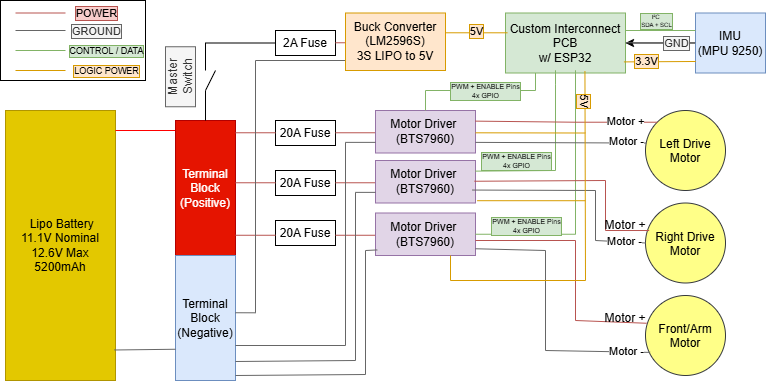
kylevansant/ShotBot-Autonomous-Delivery-Robot-Stanford-Moonshot-Club keeps this draw.io diagram as electrical/Diagrams/ShotBotElectricalArchitecture.png. Above is the earlier version. Source tidied: cells renumbered, new cells last; positions are measured from the earlier drawing's top-left corner, leaving out a move shared by most shapes.
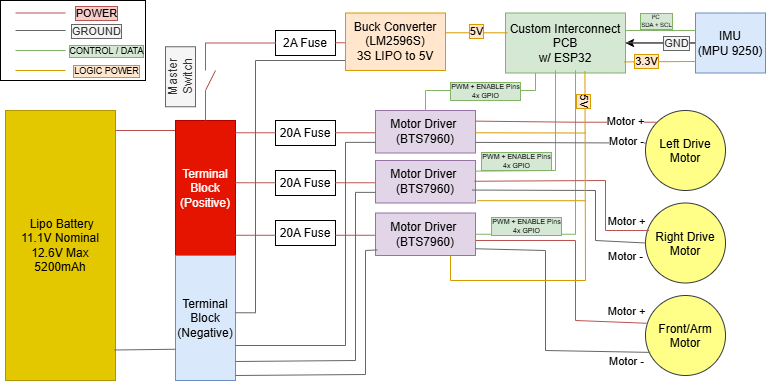
The same diagram one commit later.

Change to the diagram source:
```diff
@@ -11,7 +11,7 @@
         <mxPoint x="235" y="150" as="targetPoint" />
       </mxGeometry>
     </mxCell>
-    <mxCell id="4" style="endArrow=none;html=1;rounded=0;fillColor=#e51400;strokeColor=light-dark(#FF0000,#CC0000);" parent="1" edge="1">
+    <mxCell id="4" style="endArrow=none;html=1;rounded=0;fillColor=#f8cecc;strokeColor=#b85450;" parent="1" edge="1">
       <mxGeometry relative="1" as="geometry">
         <mxPoint x="115" y="130" as="sourcePoint" />
         <mxPoint x="235" y="130" as="targetPoint" />
@@ -221,12 +221,9 @@
     </mxCell>
     <mxCell id="46" value="Motor -" style="edgeLabel;html=1;align=center;verticalAlign=middle;" parent="45" vertex="1">
       <mxGeometry x="0.75" y="-2" relative="1" as="geometry">
-        <mxPoint x="7" y="-3" as="offset" />
+        <mxPoint x="8" y="12" as="offset" />
       </mxGeometry>
     </mxCell>
-    <mxCell id="47" value="Motor +" style="text;html=1;whiteSpace=wrap;strokeColor=none;fillColor=none;align=center;verticalAlign=middle;rounded=0;" parent="1" vertex="1">
-      <mxGeometry x="595" y="210" width="60" height="30" as="geometry" />
-    </mxCell>
     <mxCell id="48" style="endArrow=none;html=1;rounded=0;exitX=1;exitY=0.25;exitDx=0;exitDy=0;fillColor=#f8cecc;strokeColor=#b85450;entryX=0.016;entryY=0.449;entryDx=0;entryDy=0;entryPerimeter=0;" parent="1" edge="1">
       <mxGeometry relative="1" as="geometry">
         <mxPoint x="475" y="240" as="sourcePoint" />
@@ -237,11 +234,8 @@
         </Array>
       </mxGeometry>
     </mxCell>
-    <mxCell id="49" value="Motor +" style="text;html=1;whiteSpace=wrap;strokeColor=none;fillColor=none;align=center;verticalAlign=middle;rounded=0;" parent="1" vertex="1">
-      <mxGeometry x="595" y="302.5" width="60" height="30" as="geometry" />
-    </mxCell>
     <mxCell id="50" value="Motor -" style="edgeLabel;html=1;align=center;verticalAlign=middle;" parent="1" vertex="1">
-      <mxGeometry x="625" y="350" as="geometry" />
+      <mxGeometry x="625" y="360" as="geometry" />
     </mxCell>
     <mxCell id="51" style="endArrow=none;html=1;rounded=0;entryX=0;entryY=0.75;entryDx=0;entryDy=0;fillColor=#f5f5f5;strokeColor=#666666;" parent="1" edge="1" target="11">
       <mxGeometry relative="1" as="geometry">
@@ -359,19 +353,19 @@
         <mxPoint x="-3" y="-2" as="offset" />
       </mxGeometry>
     </mxCell>
-    <mxCell id="72" style="endArrow=none;html=1;rounded=0;" parent="1" edge="1">
+    <mxCell id="72" style="endArrow=none;html=1;rounded=0;fillColor=#f8cecc;strokeColor=#b85450;" parent="1" edge="1">
       <mxGeometry relative="1" as="geometry">
         <mxPoint x="205" y="120" as="sourcePoint" />
         <mxPoint x="205" y="90" as="targetPoint" />
       </mxGeometry>
     </mxCell>
-    <mxCell id="73" style="endArrow=none;html=1;rounded=0;" parent="1" edge="1">
+    <mxCell id="73" style="endArrow=none;html=1;rounded=0;fillColor=#f8cecc;strokeColor=#b85450;" parent="1" edge="1">
       <mxGeometry relative="1" as="geometry">
         <mxPoint x="205" y="90" as="sourcePoint" />
         <mxPoint x="215" y="70" as="targetPoint" />
       </mxGeometry>
     </mxCell>
-    <mxCell id="74" style="endArrow=none;html=1;rounded=0;entryX=0;entryY=0.5;entryDx=0;entryDy=0;" parent="1" edge="1" target="20">
+    <mxCell id="74" style="endArrow=none;html=1;rounded=0;entryX=0;entryY=0.5;entryDx=0;entryDy=0;fillColor=#f8cecc;strokeColor=#b85450;" parent="1" edge="1" target="20">
       <mxGeometry relative="1" as="geometry">
         <mxPoint x="205" y="70" as="sourcePoint" />
         <Array as="points">
@@ -382,5 +376,11 @@
     <mxCell id="75" value="Master Switch" style="text;html=1;whiteSpace=wrap;strokeColor=#666666;fillColor=#f5f5f5;align=center;verticalAlign=middle;rounded=0;fontColor=#333333;rotation=-90;" parent="1" vertex="1">
       <mxGeometry x="150" y="61.2" width="60" height="30" as="geometry" />
     </mxCell>
+    <mxCell id="76" value="Motor +" style="edgeLabel;html=1;align=center;verticalAlign=middle;" parent="1" vertex="1">
+      <mxGeometry x="625" y="220" as="geometry" />
+    </mxCell>
+    <mxCell id="77" value="Motor +" style="edgeLabel;html=1;align=center;verticalAlign=middle;fillColor=#f8cecc;strokeColor=#b85450;" parent="1" vertex="1">
+      <mxGeometry x="625" y="310" as="geometry" />
+    </mxCell>
   </root>
 </mxGraphModel>
```
